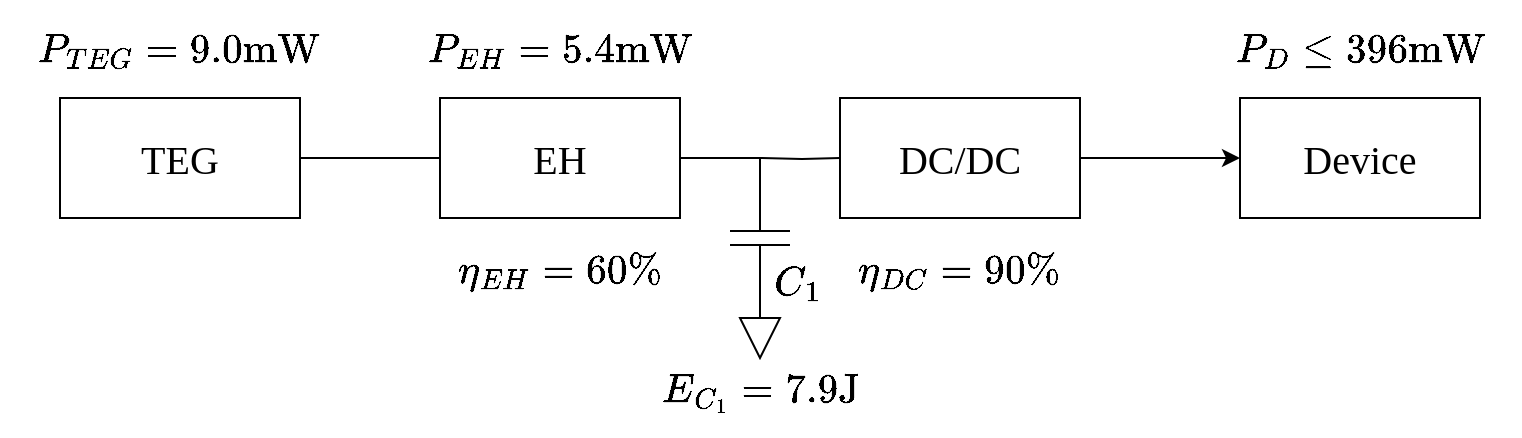
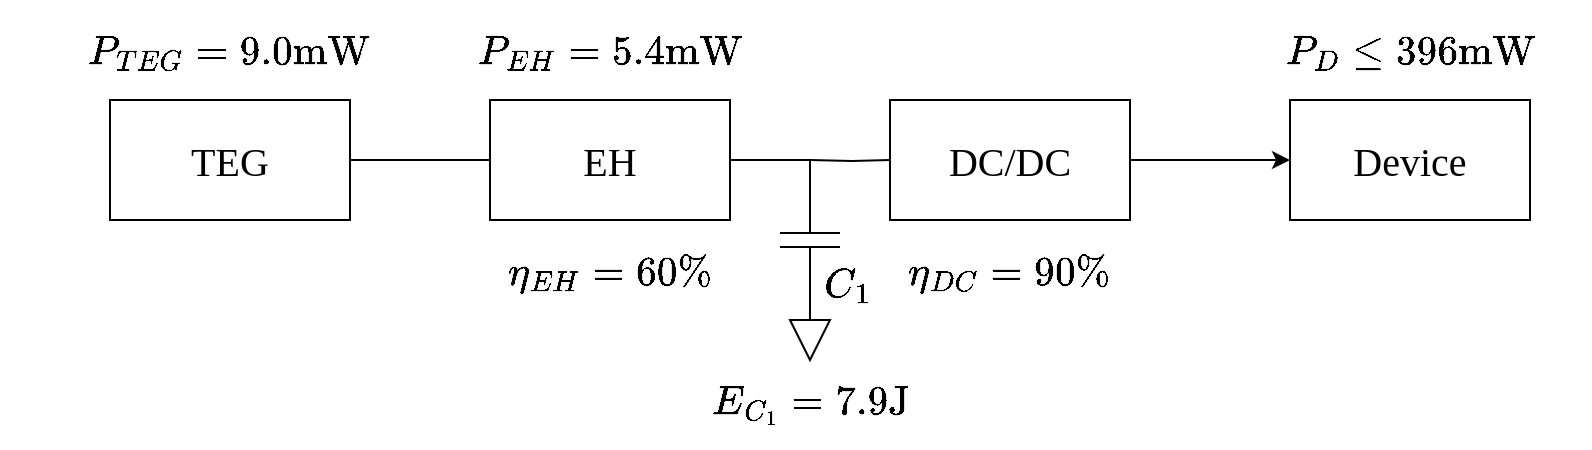
- <mxfile host="Electron" agent="Mozilla/5.0 (Windows NT 10.0; Win64; x64) AppleWebKit/537.36 (KHTML, like Gecko) draw.io/29.6.1 Chrome/142.0.7444.265 Electron/39.8.0 Safari/537.36" version="29.6.1">
+ <mxfile host="app.diagrams.net" agent="Mozilla/5.0 (Windows NT 10.0; Win64; x64) AppleWebKit/537.36 (KHTML, like Gecko) draw.io/29.6.1 Chrome/142.0.7444.265 Electron/39.8.0 Safari/537.36">
  <diagram name="Side-1" id="Nr5VDXRH1KHKwFsIw_ay">
-     <mxGraphModel dx="1042" dy="722" grid="1" gridSize="10" guides="1" tooltips="1" connect="1" arrows="1" fold="1" page="1" pageScale="1" pageWidth="827" pageHeight="1169" math="1" shadow="0">
+     <mxGraphModel dx="665" dy="370" grid="1" gridSize="10" guides="1" tooltips="1" connect="1" arrows="1" fold="1" page="1" pageScale="1" pageWidth="827" pageHeight="1169" math="1" shadow="0">
      <root>
        <mxCell id="0" />
        <mxCell id="1" parent="0" />
        <mxCell id="HJLxzxlkMSQUPy_3VL4K-6" edge="1" parent="1" source="HJLxzxlkMSQUPy_3VL4K-2" style="edgeStyle=orthogonalEdgeStyle;rounded=0;orthogonalLoop=1;jettySize=auto;html=1;endArrow=none;endFill=0;fontFamily=Computer Modern unicode;fontSource=https%3A%2F%2Ffonts.googleapis.com%2Fcss%3Ffamily%3DComputer%2BModern%2Bunicode;" target="HJLxzxlkMSQUPy_3VL4K-3" value="">
          <mxGeometry relative="1" as="geometry" />
        </mxCell>
        <mxCell id="HJLxzxlkMSQUPy_3VL4K-2" parent="1" style="rounded=0;whiteSpace=wrap;html=1;fontFamily=Computer Modern unicode;fontSource=https%3A%2F%2Ffonts.googleapis.com%2Fcss%3Ffamily%3DComputer%2BModern%2Bunicode;fontSize=20;" value="TEG" vertex="1">
          <mxGeometry height="60" width="120" x="340" y="340" as="geometry" />
        </mxCell>
        <mxCell id="HJLxzxlkMSQUPy_3VL4K-7" edge="1" parent="1" source="HJLxzxlkMSQUPy_3VL4K-3" style="edgeStyle=orthogonalEdgeStyle;rounded=0;orthogonalLoop=1;jettySize=auto;html=1;endArrow=none;endFill=0;entryX=0;entryY=0.5;entryDx=0;entryDy=0;entryPerimeter=0;fontFamily=Computer Modern unicode;fontSource=https%3A%2F%2Ffonts.googleapis.com%2Fcss%3Ffamily%3DComputer%2BModern%2Bunicode;" target="HJLxzxlkMSQUPy_3VL4K-5" value="">
          <mxGeometry relative="1" as="geometry">
            <Array as="points">
              <mxPoint x="690" y="370" />
            </Array>
          </mxGeometry>
        </mxCell>
        <mxCell id="HJLxzxlkMSQUPy_3VL4K-3" parent="1" style="rounded=0;whiteSpace=wrap;html=1;fontFamily=Computer Modern unicode;fontSource=https%3A%2F%2Ffonts.googleapis.com%2Fcss%3Ffamily%3DComputer%2BModern%2Bunicode;fontSize=20;" value="EH" vertex="1">
          <mxGeometry height="60" width="120" x="530" y="340" as="geometry" />
        </mxCell>
        <mxCell id="HJLxzxlkMSQUPy_3VL4K-12" edge="1" parent="1" source="HJLxzxlkMSQUPy_3VL4K-4" style="edgeStyle=orthogonalEdgeStyle;rounded=0;orthogonalLoop=1;jettySize=auto;html=1;fontFamily=Computer Modern unicode;fontSource=https%3A%2F%2Ffonts.googleapis.com%2Fcss%3Ffamily%3DComputer%2BModern%2Bunicode;" target="HJLxzxlkMSQUPy_3VL4K-10" value="">
          <mxGeometry relative="1" as="geometry" />
        </mxCell>
        <mxCell id="HJLxzxlkMSQUPy_3VL4K-4" parent="1" style="rounded=0;whiteSpace=wrap;html=1;fontFamily=Computer Modern unicode;fontSource=https%3A%2F%2Ffonts.googleapis.com%2Fcss%3Ffamily%3DComputer%2BModern%2Bunicode;fontSize=20;" value="DC/DC" vertex="1">
          <mxGeometry height="60" width="120" x="730" y="340" as="geometry" />
        </mxCell>
        <mxCell id="HJLxzxlkMSQUPy_3VL4K-5" parent="1" style="pointerEvents=1;verticalLabelPosition=bottom;shadow=0;dashed=0;align=center;html=1;verticalAlign=top;shape=mxgraph.electrical.capacitors.capacitor_1;rotation=90;fontFamily=Computer Modern unicode;fontSource=https%3A%2F%2Ffonts.googleapis.com%2Fcss%3Ffamily%3DComputer%2BModern%2Bunicode;" value="" vertex="1">
          <mxGeometry height="30" width="70" x="655" y="395" as="geometry" />
        </mxCell>
        <mxCell id="HJLxzxlkMSQUPy_3VL4K-8" edge="1" parent="1" style="edgeStyle=orthogonalEdgeStyle;rounded=0;orthogonalLoop=1;jettySize=auto;html=1;endArrow=none;endFill=0;entryX=0;entryY=0.5;entryDx=0;entryDy=0;fontFamily=Computer Modern unicode;fontSource=https%3A%2F%2Ffonts.googleapis.com%2Fcss%3Ffamily%3DComputer%2BModern%2Bunicode;" target="HJLxzxlkMSQUPy_3VL4K-4" value="">
          <mxGeometry relative="1" as="geometry">
            <mxPoint x="690" y="370" as="sourcePoint" />
            <mxPoint x="760" y="385" as="targetPoint" />
          </mxGeometry>
        </mxCell>
        <mxCell id="HJLxzxlkMSQUPy_3VL4K-9" parent="1" style="pointerEvents=1;verticalLabelPosition=bottom;shadow=0;dashed=0;align=center;html=1;verticalAlign=top;shape=mxgraph.electrical.signal_sources.signal_ground;fontFamily=Computer Modern unicode;fontSource=https%3A%2F%2Ffonts.googleapis.com%2Fcss%3Ffamily%3DComputer%2BModern%2Bunicode;" value="" vertex="1">
          <mxGeometry height="30" width="20" x="680" y="440" as="geometry" />
        </mxCell>
        <mxCell id="HJLxzxlkMSQUPy_3VL4K-10" parent="1" style="rounded=0;whiteSpace=wrap;html=1;fontFamily=Computer Modern unicode;fontSource=https%3A%2F%2Ffonts.googleapis.com%2Fcss%3Ffamily%3DComputer%2BModern%2Bunicode;fontSize=20;" value="Device" vertex="1">
          <mxGeometry height="60" width="120" x="930" y="340" as="geometry" />
        </mxCell>
        <mxCell id="HJLxzxlkMSQUPy_3VL4K-13" parent="1" style="text;html=1;whiteSpace=wrap;strokeColor=none;fillColor=none;align=center;verticalAlign=middle;rounded=0;fontFamily=Computer Modern unicode;fontSource=https%3A%2F%2Ffonts.googleapis.com%2Fcss%3Ffamily%3DComputer%2BModern%2Bunicode;fontSize=20;" value="$$C_1$$" vertex="1">
          <mxGeometry height="30" width="60" x="679" y="416" as="geometry" />
        </mxCell>
        <mxCell id="5uTbERhlqjRDBnyzt4Zg-1" parent="1" style="text;html=1;whiteSpace=wrap;strokeColor=none;fillColor=none;align=center;verticalAlign=middle;rounded=0;fontFamily=Computer Modern unicode;fontSource=https%3A%2F%2Ffonts.googleapis.com%2Fcss%3Ffamily%3DComputer%2BModern%2Bunicode;fontSize=20;" value="$$\eta_{EH}=60\%$$" vertex="1">
-           <mxGeometry height="30" width="116" x="532" y="410" as="geometry" />
+           <mxGeometry height="30" width="158" x="511" y="410" as="geometry" />
        </mxCell>
        <mxCell id="5uTbERhlqjRDBnyzt4Zg-3" parent="1" style="text;html=1;whiteSpace=wrap;strokeColor=none;fillColor=none;align=center;verticalAlign=middle;rounded=0;fontFamily=Computer Modern unicode;fontSource=https%3A%2F%2Ffonts.googleapis.com%2Fcss%3Ffamily%3DComputer%2BModern%2Bunicode;fontSize=20;" value="$$\eta_{DC}=90\%$$" vertex="1">
-           <mxGeometry height="30" width="120" x="730" y="410" as="geometry" />
+           <mxGeometry height="50" width="140" x="720" y="400" as="geometry" />
        </mxCell>
        <mxCell id="5uTbERhlqjRDBnyzt4Zg-4" parent="1" style="text;html=1;whiteSpace=wrap;strokeColor=none;fillColor=none;align=center;verticalAlign=middle;rounded=0;fontFamily=Computer Modern unicode;fontSource=https%3A%2F%2Ffonts.googleapis.com%2Fcss%3Ffamily%3DComputer%2BModern%2Bunicode;fontSize=20;" value="$$E_{C_1}=7.9 \text{J}$$" vertex="1">
-           <mxGeometry height="30" width="120" x="630" y="470" as="geometry" />
+           <mxGeometry height="40" width="130" x="625" y="470" as="geometry" />
        </mxCell>
        <mxCell id="5uTbERhlqjRDBnyzt4Zg-6" parent="1" style="text;html=1;whiteSpace=wrap;strokeColor=none;fillColor=none;align=center;verticalAlign=middle;rounded=0;fontFamily=Computer Modern unicode;fontSource=https%3A%2F%2Ffonts.googleapis.com%2Fcss%3Ffamily%3DComputer%2BModern%2Bunicode;fontSize=20;" value="$$P_{TEG}=9.0 \text{mW}$$" vertex="1">
-           <mxGeometry height="30" width="180" x="310" y="300" as="geometry" />
+           <mxGeometry height="30" width="230" x="285" y="300" as="geometry" />
        </mxCell>
        <mxCell id="5uTbERhlqjRDBnyzt4Zg-7" parent="1" style="text;html=1;whiteSpace=wrap;strokeColor=none;fillColor=none;align=center;verticalAlign=middle;rounded=0;fontFamily=Computer Modern unicode;fontSource=https%3A%2F%2Ffonts.googleapis.com%2Fcss%3Ffamily%3DComputer%2BModern%2Bunicode;fontSize=20;" value="$$P_{EH}=5.4 \text{mW}$$" vertex="1">
-           <mxGeometry height="30" width="140" x="520" y="300" as="geometry" />
+           <mxGeometry height="30" width="190" x="495" y="300" as="geometry" />
        </mxCell>
        <mxCell id="5uTbERhlqjRDBnyzt4Zg-9" parent="1" style="text;html=1;whiteSpace=wrap;strokeColor=none;fillColor=none;align=center;verticalAlign=middle;rounded=0;fontFamily=Computer Modern unicode;fontSource=https%3A%2F%2Ffonts.googleapis.com%2Fcss%3Ffamily%3DComputer%2BModern%2Bunicode;fontSize=20;" value="$$P_D\leq 396 \text{mW}$$" vertex="1">
-           <mxGeometry height="30" width="160" x="910" y="300" as="geometry" />
+           <mxGeometry height="50" width="180" x="900" y="290" as="geometry" />
        </mxCell>
      </root>
    </mxGraphModel>
  </diagram>
</mxfile>
